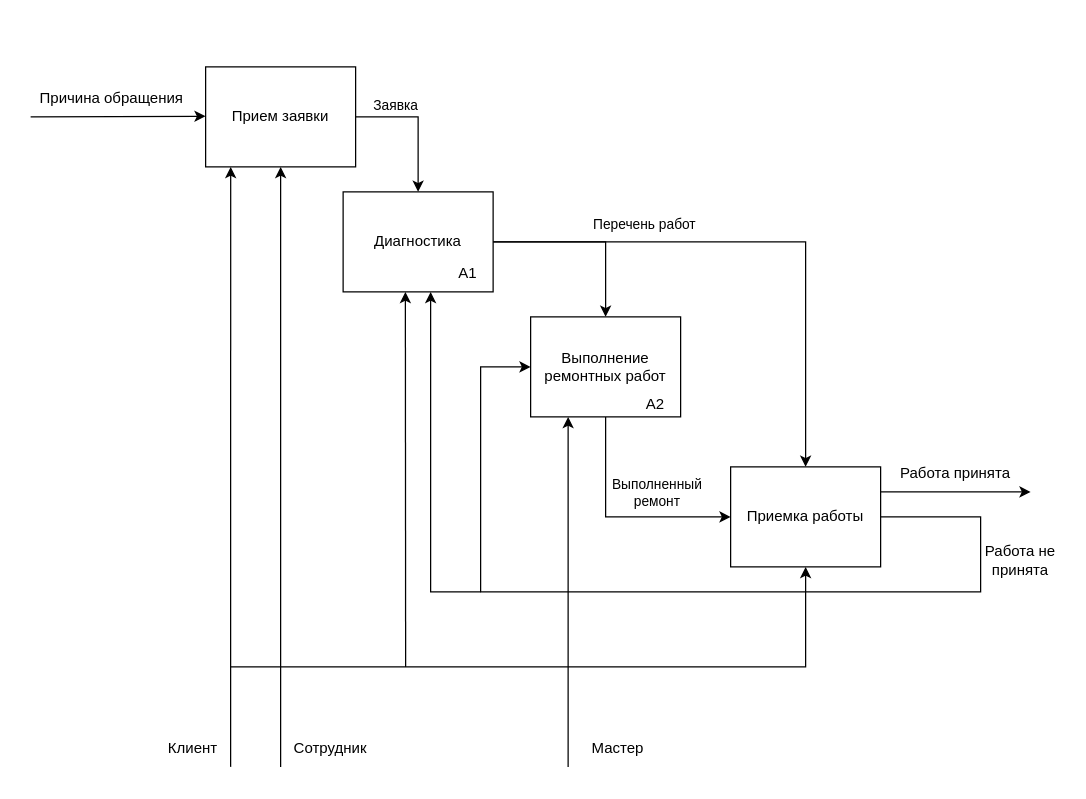
Before: laba2.drawio in plkkz/ppo-3k-lb, a draw.io diagram. Source tidied: cells renumbered, new cells numbered last; positions are measured from the earlier drawing's top-left corner, leaving out a move shared by most shapes. Both pictures are drawn from the tidied source at 125%, with x=0, y=0 at pixel (30, 66).
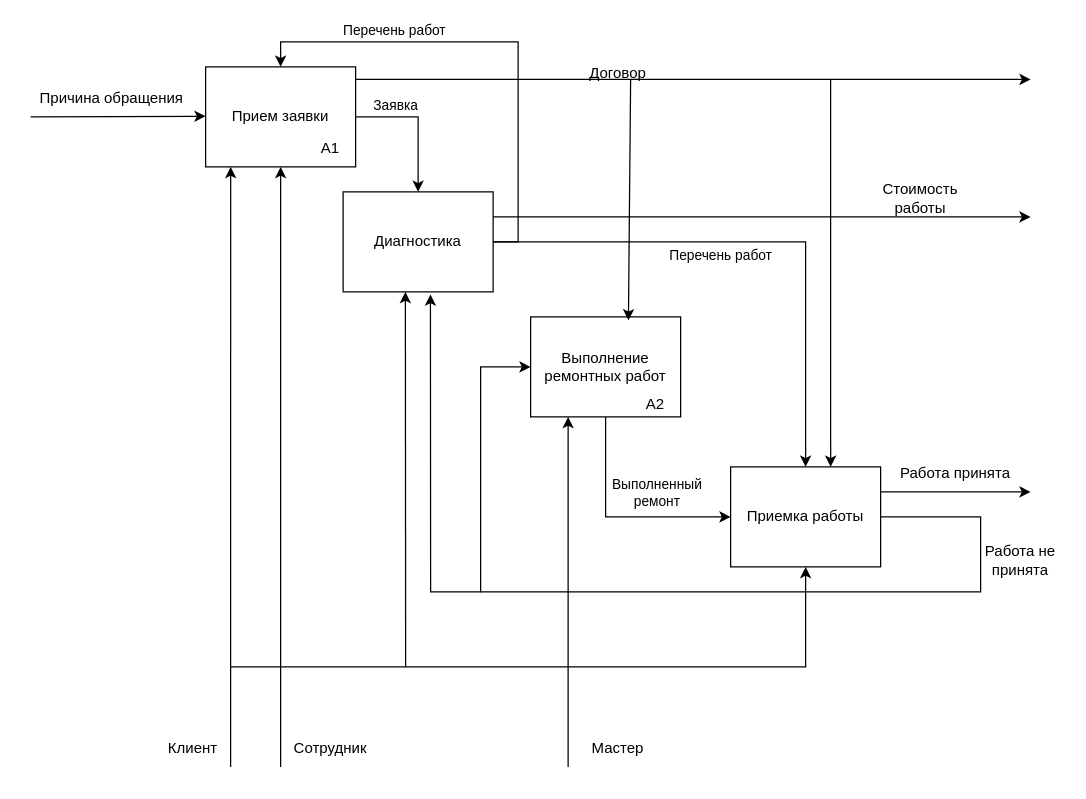
After the change.

Unchanged cells that the change refers to:
```xml
<mxCell id="4" value="Прием заявки" style="rounded=0;whiteSpace=wrap;html=1;" parent="1" vertex="1">
  <mxGeometry x="140" width="120" height="80" as="geometry" />
</mxCell>
<mxCell id="7" value="Диагностика" style="rounded=0;whiteSpace=wrap;html=1;" parent="1" vertex="1">
  <mxGeometry x="250" y="100" width="120" height="80" as="geometry" />
</mxCell>
<mxCell id="10" value="Выполнение ремонтных работ" style="rounded=0;whiteSpace=wrap;html=1;" parent="1" vertex="1">
  <mxGeometry x="400" y="200" width="120" height="80" as="geometry" />
</mxCell>
<mxCell id="11" value="Приемка работы" style="rounded=0;whiteSpace=wrap;html=1;" parent="1" vertex="1">
  <mxGeometry x="560" y="320" width="120" height="80" as="geometry" />
</mxCell>
```

Change to the diagram source:
```diff
@@
-    <mxCell id="5" style="edgeStyle=orthogonalEdgeStyle;rounded=0;jettySize=auto;html=1;exitX=1;exitY=0.5;exitDx=0;exitDy=0;entryX=0.5;entryY=0;entryDx=0;entryDy=0;" parent="1" edge="1" source="7" target="10">
-      <mxGeometry relative="1" as="geometry" />
+    <mxCell id="5" style="edgeStyle=orthogonalEdgeStyle;rounded=0;jettySize=auto;html=1;exitX=1;exitY=0.5;exitDx=0;exitDy=0;entryX=0.5;entryY=0;entryDx=0;entryDy=0;" parent="1" edge="1" source="7" target="4">
+      <mxGeometry relative="1" as="geometry">
+        <Array as="points">
+          <mxPoint x="390" y="140" />
+          <mxPoint x="390" y="-20" />
+          <mxPoint x="200" y="-20" />
+        </Array>
+      </mxGeometry>
     </mxCell>
     <mxCell id="6" value="Перечень работ" style="edgeLabel;html=1;align=center;verticalAlign=middle;" parent="5" vertex="1">
       <mxGeometry x="-0.64" y="2" relative="1" as="geometry">
-        <mxPoint x="93" y="-13" as="offset" />
+        <mxPoint x="163" y="60" as="offset" />
       </mxGeometry>
     </mxCell>
@@
     <mxCell id="12" value="А1" style="text;html=1;strokeColor=none;fillColor=none;align=center;verticalAlign=middle;whiteSpace=wrap;rounded=0;" parent="1" vertex="1">
-      <mxGeometry x="320" y="150" width="60" height="30" as="geometry" />
+      <mxGeometry x="210" y="50" width="60" height="30" as="geometry" />
     </mxCell>
@@
-    <mxCell id="29" style="endArrow=classic;html=1;rounded=0;entryX=0;entryY=1;entryDx=0;entryDy=0;" parent="1" edge="1" target="12">
+    <mxCell id="29" style="endArrow=classic;html=1;rounded=0;entryX=0.582;entryY=1.025;entryDx=0;entryDy=0;entryPerimeter=0;" parent="1" edge="1" target="7">
       <mxGeometry relative="1" as="geometry">
         <mxPoint x="360" y="420" as="sourcePoint" />
         <Array as="points">
           <mxPoint x="320" y="420" />
         </Array>
       </mxGeometry>
     </mxCell>
+    <mxCell id="30" style="endArrow=classic;html=1;rounded=0;" parent="1" edge="1">
+      <mxGeometry relative="1" as="geometry">
+        <mxPoint x="260" y="10" as="sourcePoint" />
+        <mxPoint x="800" y="10" as="targetPoint" />
+      </mxGeometry>
+    </mxCell>
+    <mxCell id="31" value="Договор" style="text;html=1;strokeColor=none;fillColor=none;align=center;verticalAlign=middle;whiteSpace=wrap;rounded=0;" parent="1" vertex="1">
+      <mxGeometry x="440" y="-10" width="60" height="30" as="geometry" />
+    </mxCell>
+    <mxCell id="32" style="endArrow=classic;html=1;rounded=0;entryX=0.652;entryY=0.035;entryDx=0;entryDy=0;entryPerimeter=0;" parent="1" edge="1" target="10">
+      <mxGeometry relative="1" as="geometry">
+        <mxPoint x="480" y="10" as="sourcePoint" />
+      </mxGeometry>
+    </mxCell>
+    <mxCell id="33" style="endArrow=classic;html=1;rounded=0;entryX=0.667;entryY=0;entryDx=0;entryDy=0;entryPerimeter=0;" parent="1" edge="1" target="11">
+      <mxGeometry relative="1" as="geometry">
+        <mxPoint x="640" y="10" as="sourcePoint" />
+      </mxGeometry>
+    </mxCell>
+    <mxCell id="34" style="endArrow=classic;html=1;rounded=0;exitX=1;exitY=0.25;exitDx=0;exitDy=0;" parent="1" edge="1" source="7">
+      <mxGeometry relative="1" as="geometry">
+        <mxPoint x="800" y="120" as="targetPoint" />
+      </mxGeometry>
+    </mxCell>
+    <mxCell id="35" value="Стоимость работы" style="text;html=1;strokeColor=none;fillColor=none;align=center;verticalAlign=middle;whiteSpace=wrap;rounded=0;" parent="1" vertex="1">
+      <mxGeometry x="667" y="90" width="90" height="30" as="geometry" />
+    </mxCell>
+    <mxCell id="36" value="Перечень работ" style="edgeLabel;html=1;align=center;verticalAlign=middle;" parent="1" vertex="1">
+      <mxGeometry x="290" y="-30" as="geometry" />
+    </mxCell>
```
